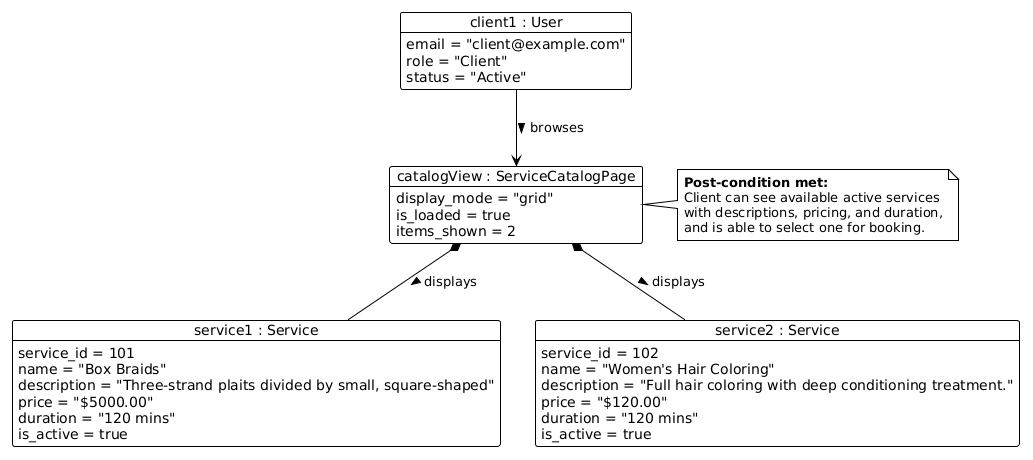
Before: Service_Catalog_Object_Diagram.png, a diagram exported from PlantUML (mahxri/COMP2171-Hair-Booking).
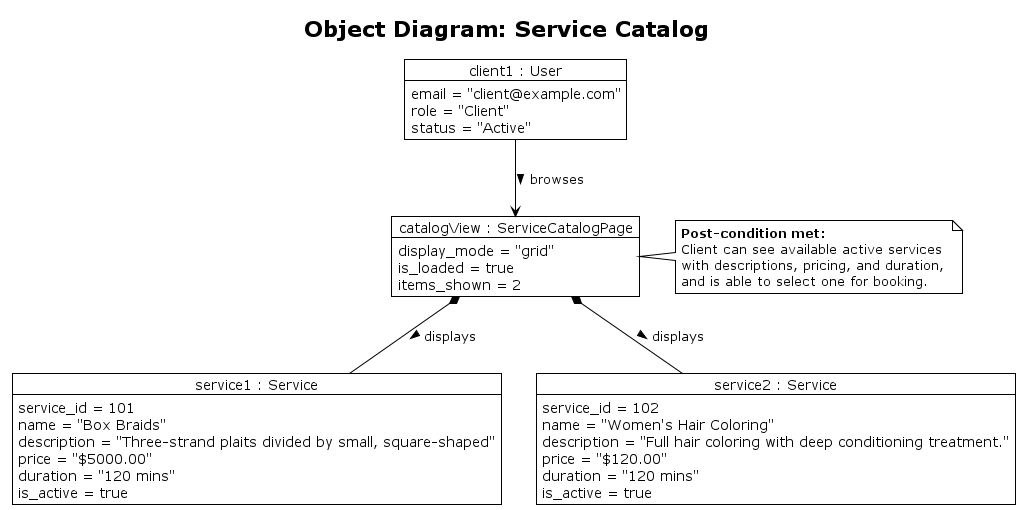
Above is the later version.

Diff of the diagram source:
```diff
@@ -1,5 +1,7 @@
-@startuml
+@startuml Service_Catalog_Object_Diagram
 !theme plain
+hide empty description
+title Object Diagram: Service Catalog
 
 object "client1 : User" as client {
   email = "client@example.com"
@@ -41,4 +43,5 @@
   with descriptions, pricing, and duration,
   and is able to select one for booking.
 end note
+
 @enduml
```
